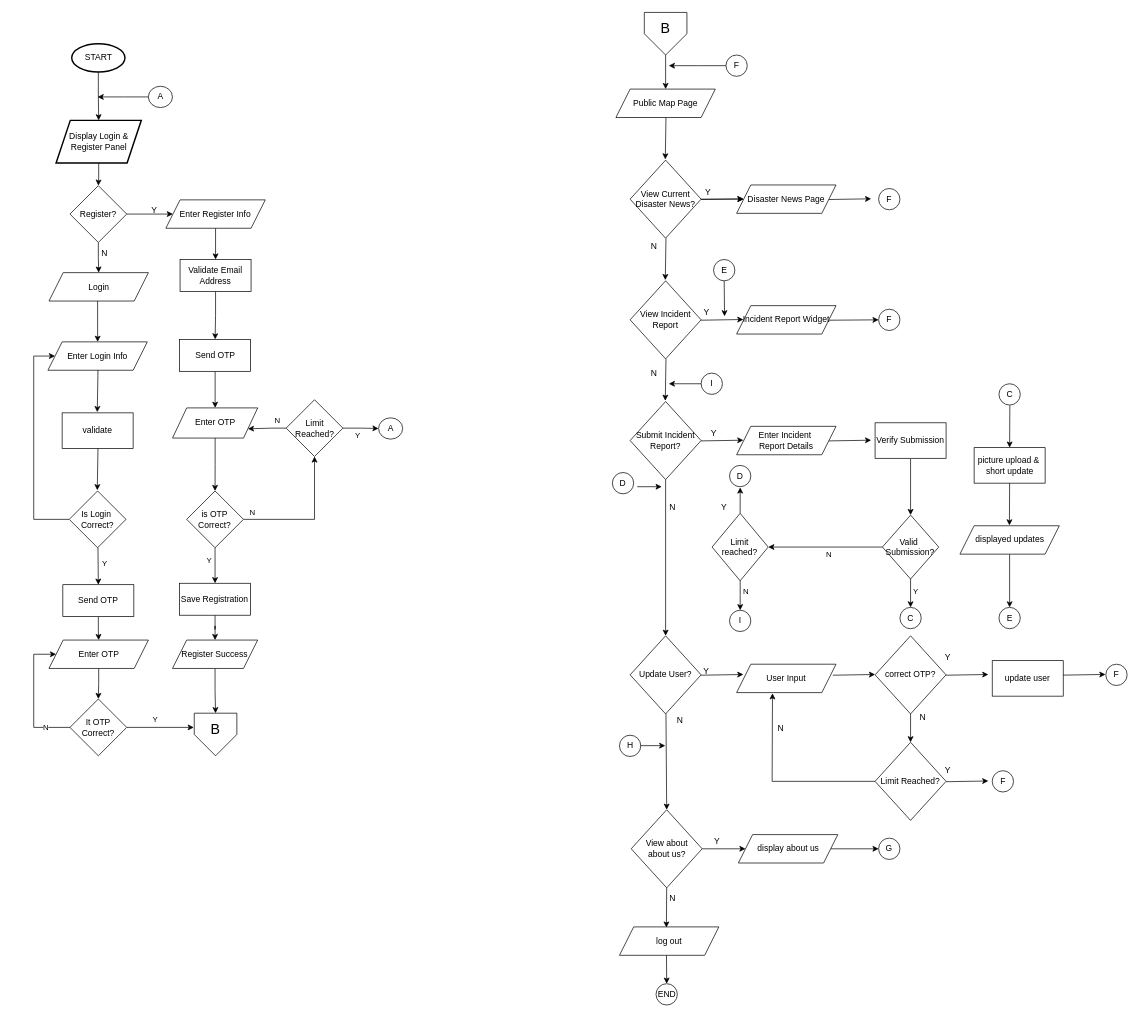
Above: Projects/Flowchart.drawio in N0Obitaz/DrawIODiagrams (draw.io), before the change. Source tidied: cells renumbered, new cells numbered last; positions are measured from the earlier drawing's top-left corner, leaving out a move shared by most shapes. Both pictures are drawn from the tidied source at 71%, with x=0, y=0 at pixel (12, 12).
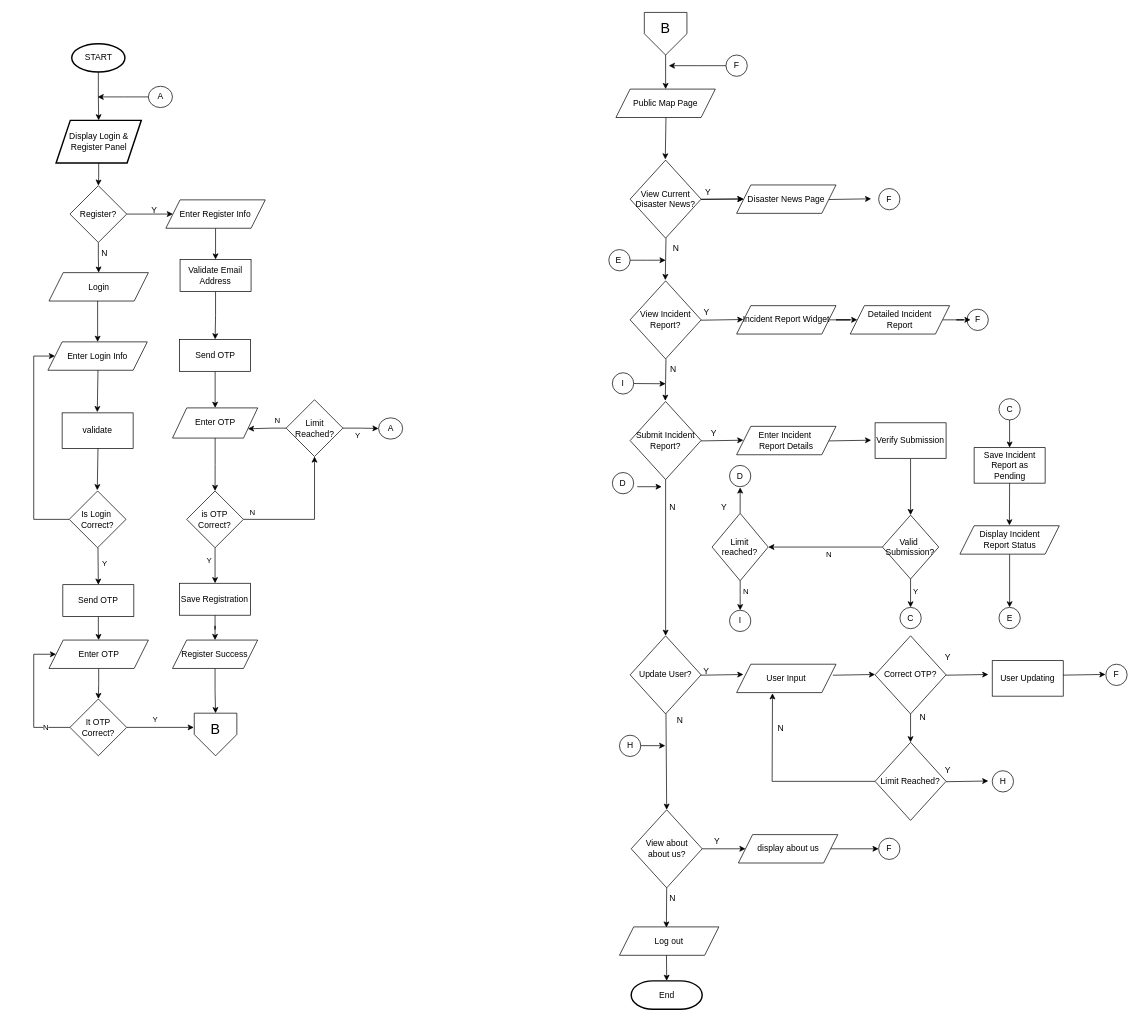
The same diagram, later.

The change refers to these unchanged cells:
```xml
<mxCell id="69" value="Incident Report Widget" style="shape=parallelogram;perimeter=parallelogramPerimeter;whiteSpace=wrap;html=1;fixedSize=1;" parent="1" vertex="1">
  <mxGeometry x="1020" y="413" width="140" height="40" as="geometry" />
</mxCell>
<mxCell id="151" style="verticalLabelPosition=bottom;verticalAlign=top;html=1;shape=mxgraph.flowchart.on-page_reference;" parent="150" vertex="1">
  <mxGeometry width="30" height="30" as="geometry" />
</mxCell>
<mxCell id="166" style="verticalLabelPosition=bottom;verticalAlign=top;html=1;shape=mxgraph.flowchart.on-page_reference;" parent="165" vertex="1">
  <mxGeometry width="30" height="30" as="geometry" />
</mxCell>
<mxCell id="167" value="F" style="text;html=1;whiteSpace=wrap;strokeColor=none;fillColor=none;align=center;verticalAlign=middle;rounded=0;" parent="165" vertex="1">
  <mxGeometry x="5" width="20" height="30" as="geometry" />
</mxCell>
```

Diff of the diagram source:
```diff
@@
-    <mxCell id="58" value="&lt;div&gt;&lt;div&gt;View Incident Report&lt;/div&gt;&lt;/div&gt;" style="rhombus;whiteSpace=wrap;html=1;" parent="1" vertex="1">
+    <mxCell id="58" value="&lt;div&gt;&lt;div&gt;View Incident Report?&lt;/div&gt;&lt;/div&gt;" style="rhombus;whiteSpace=wrap;html=1;" parent="1" vertex="1">
       <mxGeometry x="870" y="378" width="100" height="110" as="geometry" />
     </mxCell>
@@
     <mxCell id="67" value="N" style="text;html=1;whiteSpace=wrap;strokeColor=none;fillColor=none;align=center;verticalAlign=middle;rounded=0;" parent="1" vertex="1">
-      <mxGeometry x="894" y="314" width="20" height="30" as="geometry" />
+      <mxGeometry x="925" y="318" width="20" height="30" as="geometry" />
     </mxCell>
@@
+    <mxCell id="168" style="edgeStyle=orthogonalEdgeStyle;rounded=0;jettySize=auto;html=1;" parent="1" edge="1" source="69" target="170">
+      <mxGeometry relative="1" as="geometry" />
+    </mxCell>
@@
-    <mxCell id="70" style="endArrow=classic;html=1;rounded=0;exitX=0.5;exitY=1;exitDx=0;exitDy=0;exitPerimeter=0;entryX=0;entryY=0.5;entryDx=0;entryDy=0;entryPerimeter=0;" parent="1" edge="1" target="166">
-      <mxGeometry relative="1" as="geometry">
-        <mxPoint x="1150" y="433.5" as="sourcePoint" />
-      </mxGeometry>
-    </mxCell>
-    <mxCell id="71" style="endArrow=classic;html=1;rounded=0;exitX=0.5;exitY=1;exitDx=0;exitDy=0;" parent="1" edge="1" source="73">
-      <mxGeometry relative="1" as="geometry">
-        <mxPoint x="1003" y="428" as="targetPoint" />
-      </mxGeometry>
-    </mxCell>
-    <mxCell id="72" style="verticalLabelPosition=bottom;verticalAlign=top;html=1;shape=mxgraph.flowchart.on-page_reference;" parent="1" vertex="1">
-      <mxGeometry x="987.5" y="348" width="30" height="30" as="geometry" />
-    </mxCell>
-    <mxCell id="73" value="E" style="text;html=1;whiteSpace=wrap;strokeColor=none;fillColor=none;align=center;verticalAlign=middle;rounded=0;" parent="1" vertex="1">
-      <mxGeometry x="972.5" y="348" width="60" height="30" as="geometry" />
-    </mxCell>
@@
     <mxCell id="75" value="N" style="text;html=1;whiteSpace=wrap;strokeColor=none;fillColor=none;align=center;verticalAlign=middle;rounded=0;" parent="1" vertex="1">
-      <mxGeometry x="891.8" y="493" width="24.4" height="30" as="geometry" />
+      <mxGeometry x="919.3" y="488" width="24.4" height="30" as="geometry" />
     </mxCell>
@@
     <mxCell id="89" style="endArrow=classic;html=1;rounded=0;exitX=0;exitY=0.5;exitDx=0;exitDy=0;exitPerimeter=0;" parent="1" edge="1" source="151">
       <mxGeometry relative="1" as="geometry">
-        <mxPoint x="924.5" y="523" as="targetPoint" />
+        <mxPoint x="920" y="523" as="targetPoint" />
       </mxGeometry>
     </mxCell>
@@
-    <mxCell id="106" value="correct OTP?" style="rhombus;whiteSpace=wrap;html=1;" parent="1" vertex="1">
+    <mxCell id="106" value="Correct OTP?" style="rhombus;whiteSpace=wrap;html=1;" parent="1" vertex="1">
       <mxGeometry x="1215" y="878" width="100" height="110" as="geometry" />
     </mxCell>
@@
-    <mxCell id="108" value="update user" style="rounded=0;whiteSpace=wrap;html=1;" parent="1" vertex="1">
+    <mxCell id="108" value="User Updating" style="rounded=0;whiteSpace=wrap;html=1;" parent="1" vertex="1">
       <mxGeometry x="1380" y="913" width="100" height="50" as="geometry" />
     </mxCell>
@@
-    <mxCell id="121" value="log out" style="shape=parallelogram;perimeter=parallelogramPerimeter;whiteSpace=wrap;html=1;fixedSize=1;" parent="1" vertex="1">
+    <mxCell id="121" value="Log out" style="shape=parallelogram;perimeter=parallelogramPerimeter;whiteSpace=wrap;html=1;fixedSize=1;" parent="1" vertex="1">
       <mxGeometry x="855" y="1288" width="140" height="40" as="geometry" />
     </mxCell>
-    <mxCell id="122" style="verticalLabelPosition=bottom;verticalAlign=top;html=1;shape=mxgraph.flowchart.on-page_reference;" parent="1" vertex="1">
-      <mxGeometry x="906.5" y="1368" width="30" height="30" as="geometry" />
-    </mxCell>
-    <mxCell id="123" style="endArrow=classic;html=1;rounded=0;entryX=0.5;entryY=0;entryDx=0;entryDy=0;" parent="1" edge="1" target="124">
+    <mxCell id="123" style="endArrow=classic;html=1;rounded=0;entryX=0.5;entryY=0;entryDx=0;entryDy=0;entryPerimeter=0;" parent="1" edge="1" target="174">
       <mxGeometry relative="1" as="geometry">
         <mxPoint x="921.2" y="1328" as="sourcePoint" />
       </mxGeometry>
     </mxCell>
-    <mxCell id="124" value="END" style="text;html=1;whiteSpace=wrap;strokeColor=none;fillColor=none;align=center;verticalAlign=middle;rounded=0;" parent="1" vertex="1">
-      <mxGeometry x="896.5" y="1368" width="50" height="30" as="geometry" />
-    </mxCell>
@@
-    <mxCell id="134" value="F" style="text;html=1;whiteSpace=wrap;strokeColor=none;fillColor=none;align=center;verticalAlign=middle;rounded=0;" parent="1" vertex="1">
+    <mxCell id="134" value="H" style="text;html=1;whiteSpace=wrap;strokeColor=none;fillColor=none;align=center;verticalAlign=middle;rounded=0;" parent="1" vertex="1">
       <mxGeometry x="1362.5" y="1063" width="65" height="40" as="geometry" />
     </mxCell>
@@
-    <mxCell id="139" value="G" style="ellipse;whiteSpace=wrap;html=1;" parent="1" vertex="1">
+    <mxCell id="139" value="F" style="ellipse;whiteSpace=wrap;html=1;" parent="1" vertex="1">
       <mxGeometry x="1220" y="1163" width="30" height="30" as="geometry" />
     </mxCell>
@@
     <mxCell id="150" style="group;" parent="1" vertex="1">
-      <mxGeometry x="970" y="508" width="30" height="30" as="geometry" />
+      <mxGeometry x="845" y="507.5" width="30" height="30" as="geometry" />
     </mxCell>
@@
-    <mxCell id="153" style="verticalLabelPosition=bottom;verticalAlign=top;html=1;shape=mxgraph.flowchart.on-page_reference;" parent="1" vertex="1">
-      <mxGeometry x="1389.5" y="523" width="30" height="30" as="geometry" />
-    </mxCell>
-    <mxCell id="154" value="picture upload &amp;amp;&amp;nbsp;&lt;div&gt;short update&lt;/div&gt;" style="rounded=0;whiteSpace=wrap;html=1;" parent="1" vertex="1">
+    <mxCell id="154" value="Save Incident Report as Pending" style="rounded=0;whiteSpace=wrap;html=1;" parent="1" vertex="1">
       <mxGeometry x="1354.5" y="613" width="100" height="50" as="geometry" />
     </mxCell>
-    <mxCell id="155" style="endArrow=classic;html=1;rounded=0;exitX=0.5;exitY=1;exitDx=0;exitDy=0;exitPerimeter=0;entryX=0.5;entryY=0;entryDx=0;entryDy=0;" parent="1" edge="1" target="154">
-      <mxGeometry relative="1" as="geometry">
-        <mxPoint x="1404.8" y="553.5" as="sourcePoint" />
-      </mxGeometry>
+    <mxCell id="155" style="endArrow=classic;html=1;rounded=0;exitX=0.5;exitY=1;exitDx=0;exitDy=0;entryX=0.5;entryY=0;entryDx=0;entryDy=0;" parent="1" edge="1" source="159" target="154">
+      <mxGeometry relative="1" as="geometry" />
     </mxCell>
@@
-    <mxCell id="158" value="displayed updates" style="shape=parallelogram;perimeter=parallelogramPerimeter;whiteSpace=wrap;html=1;fixedSize=1;" parent="1" vertex="1">
+    <mxCell id="158" value="Display Incident&lt;br&gt;Report Status" style="shape=parallelogram;perimeter=parallelogramPerimeter;whiteSpace=wrap;html=1;fixedSize=1;" parent="1" vertex="1">
       <mxGeometry x="1334.5" y="723" width="140" height="40" as="geometry" />
     </mxCell>
-    <mxCell id="159" value="C" style="text;html=1;whiteSpace=wrap;strokeColor=none;fillColor=none;align=center;verticalAlign=middle;rounded=0;" parent="1" vertex="1">
-      <mxGeometry x="1374.5" y="523" width="60" height="30" as="geometry" />
-    </mxCell>
@@
     <mxCell id="165" style="group;" parent="1" vertex="1">
-      <mxGeometry x="1220" y="418" width="30" height="30" as="geometry" />
+      <mxGeometry x="1344.5" y="418" width="30" height="30" as="geometry" />
     </mxCell>
@@
+    <mxCell id="169" style="edgeStyle=orthogonalEdgeStyle;rounded=0;jettySize=auto;html=1;" parent="1" edge="1" source="170" target="167">
+      <mxGeometry relative="1" as="geometry" />
+    </mxCell>
+    <mxCell id="170" value="Detailed Incident&lt;div&gt;Report&lt;/div&gt;" style="shape=parallelogram;perimeter=parallelogramPerimeter;whiteSpace=wrap;html=1;fixedSize=1;" parent="1" vertex="1">
+      <mxGeometry x="1180" y="413" width="140" height="40" as="geometry" />
+    </mxCell>
+    <mxCell id="171" style="group;" parent="1" vertex="1">
+      <mxGeometry x="840" y="334" width="30" height="30" as="geometry" />
+    </mxCell>
+    <mxCell id="72" style="verticalLabelPosition=bottom;verticalAlign=top;html=1;shape=mxgraph.flowchart.on-page_reference;" parent="171" vertex="1">
+      <mxGeometry width="30" height="30" as="geometry" />
+    </mxCell>
+    <mxCell id="73" value="E" style="text;html=1;whiteSpace=wrap;strokeColor=none;fillColor=none;align=center;verticalAlign=middle;rounded=0;" parent="171" vertex="1">
+      <mxGeometry x="5" width="17.5" height="30" as="geometry" />
+    </mxCell>
+    <mxCell id="172" style="edgeStyle=orthogonalEdgeStyle;rounded=0;jettySize=auto;html=1;" parent="1" edge="1" source="72">
+      <mxGeometry relative="1" as="geometry">
+        <mxPoint x="920" y="349" as="targetPoint" />
+      </mxGeometry>
+    </mxCell>
+    <mxCell id="173" style="group;" parent="1" vertex="1">
+      <mxGeometry x="1389.5" y="544" width="30" height="30" as="geometry" />
+    </mxCell>
+    <mxCell id="153" style="verticalLabelPosition=bottom;verticalAlign=top;html=1;shape=mxgraph.flowchart.on-page_reference;" parent="173" vertex="1">
+      <mxGeometry width="30" height="30" as="geometry" />
+    </mxCell>
+    <mxCell id="159" value="C" style="text;html=1;whiteSpace=wrap;strokeColor=none;fillColor=none;align=center;verticalAlign=middle;rounded=0;" parent="173" vertex="1">
+      <mxGeometry x="7.2" width="15.5" height="30" as="geometry" />
+    </mxCell>
+    <mxCell id="174" value="End" style="strokeWidth=2;html=1;shape=mxgraph.flowchart.terminator;whiteSpace=wrap;" parent="1" vertex="1">
+      <mxGeometry x="871.5" y="1364" width="100" height="40" as="geometry" />
+    </mxCell>
```
